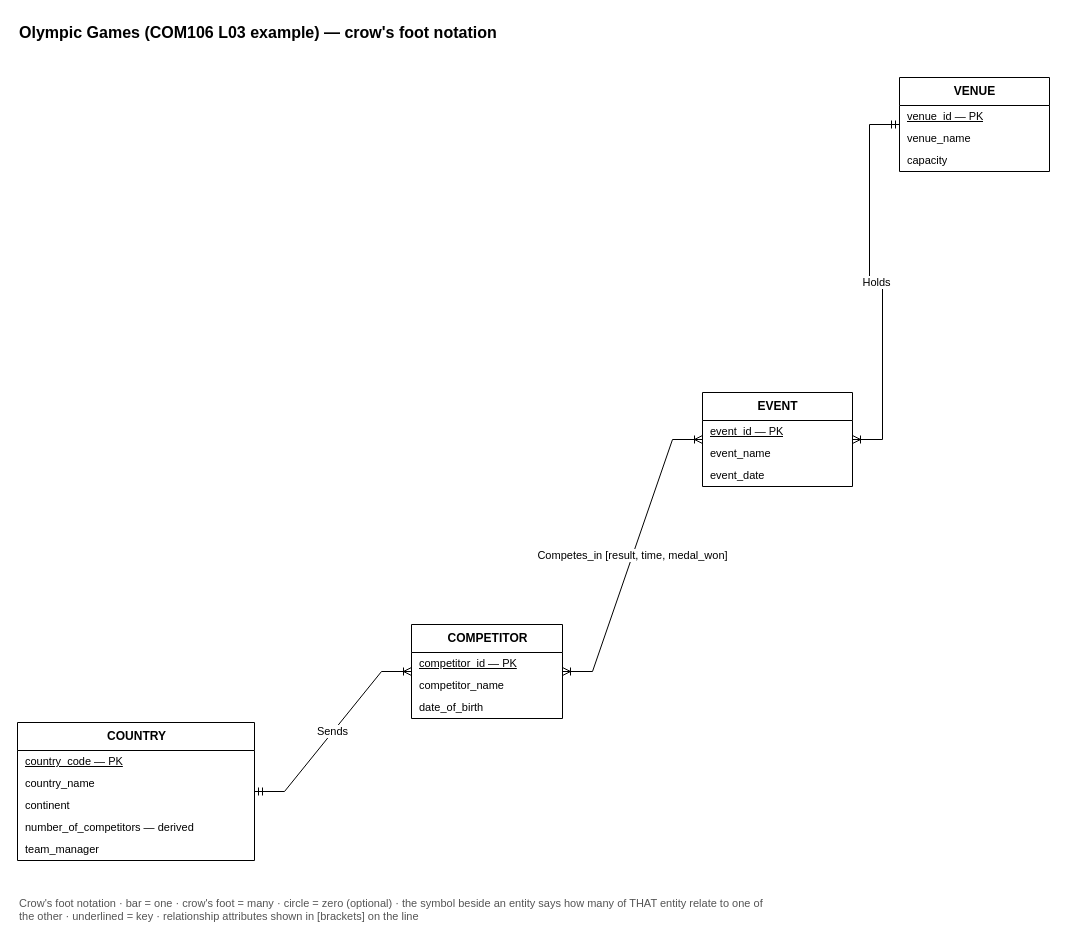
pearsekeenan23/drawio-skill keeps this draw.io diagram as skills/drawio-skill/examples/erd-chen/olympics-crowsfoot.drawio. Above is the earlier version. Source tidied: cells renumbered, new cells numbered last; positions are measured from the earlier drawing's top-left corner, leaving out a move shared by most shapes. Both pictures are drawn from the tidied source at 100%, with x=0, y=0 at pixel (17, 17).
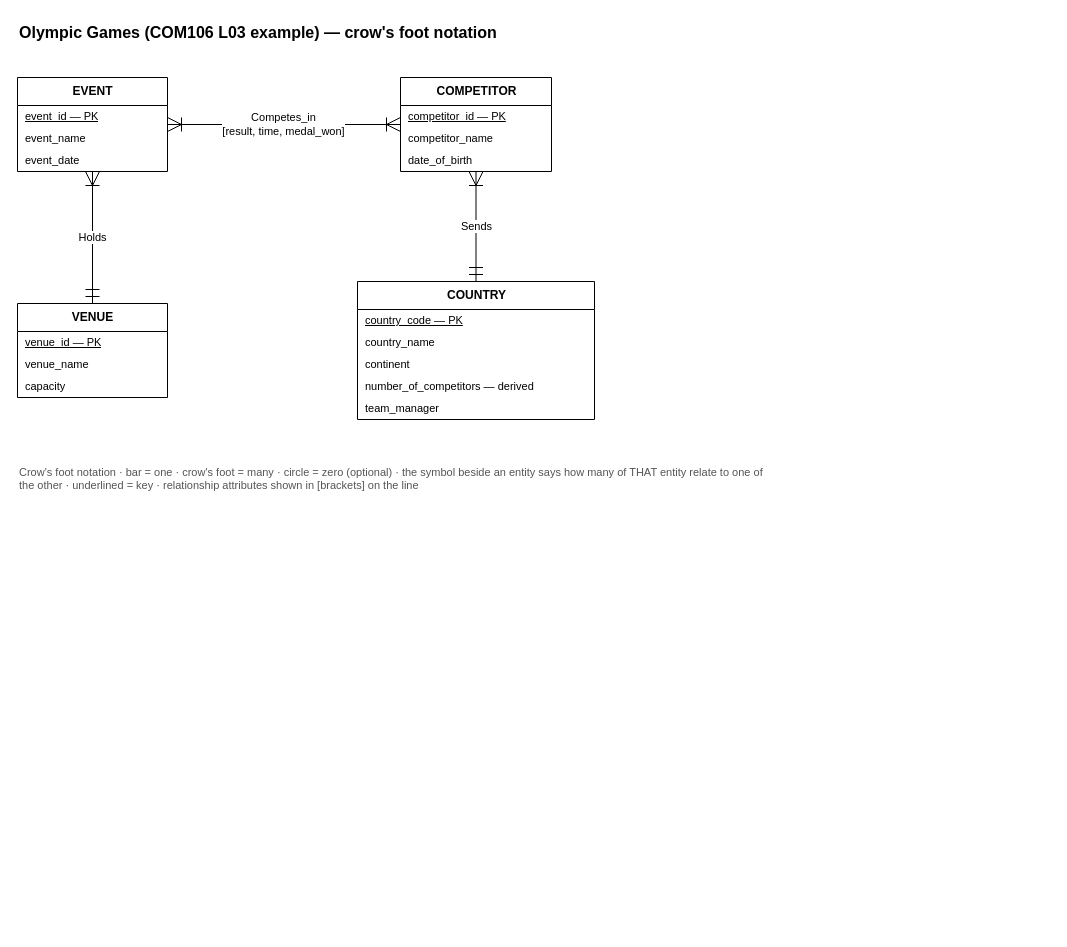
The same diagram, later.

The edit, as a diff of the source:
```diff
@@
     <mxCell id="2" value="Olympic Games (COM106 L03 example) — crow's foot notation" style="text;html=1;fontSize=16;fontStyle=1;align=left;verticalAlign=middle;" parent="1" vertex="1">
-      <mxGeometry width="600" height="30" as="geometry" />
+      <mxGeometry width="700" height="30" as="geometry" />
     </mxCell>
     <mxCell id="3" value="COUNTRY" style="swimlane;fontStyle=1;horizontal=1;startSize=28;html=1;fillColor=#ffffff;strokeColor=#000000;" parent="1" vertex="1">
-      <mxGeometry y="705" width="237" height="138" as="geometry" />
+      <mxGeometry x="340" y="264" width="237" height="138" as="geometry" />
     </mxCell>
@@
     <mxCell id="9" value="COMPETITOR" style="swimlane;fontStyle=1;horizontal=1;startSize=28;html=1;fillColor=#ffffff;strokeColor=#000000;" parent="1" vertex="1">
-      <mxGeometry x="394" y="607" width="151" height="94" as="geometry" />
+      <mxGeometry x="383" y="60" width="151" height="94" as="geometry" />
     </mxCell>
@@
     <mxCell id="13" value="EVENT" style="swimlane;fontStyle=1;horizontal=1;startSize=28;html=1;fillColor=#ffffff;strokeColor=#000000;" parent="1" vertex="1">
-      <mxGeometry x="685" y="375" width="150" height="94" as="geometry" />
+      <mxGeometry y="60" width="150" height="94" as="geometry" />
     </mxCell>
@@
     <mxCell id="17" value="VENUE" style="swimlane;fontStyle=1;horizontal=1;startSize=28;html=1;fillColor=#ffffff;strokeColor=#000000;" parent="1" vertex="1">
-      <mxGeometry x="882" y="60" width="150" height="94" as="geometry" />
+      <mxGeometry y="286" width="150" height="94" as="geometry" />
     </mxCell>
@@
-    <mxCell id="21" value="Sends" style="edgeStyle=entityRelationEdgeStyle;html=1;rounded=0;fontSize=11;labelBackgroundColor=#ffffff;strokeColor=#000000;startArrow=ERmandOne;startFill=0;endArrow=ERoneToMany;endFill=0;" parent="1" edge="1" source="3" target="9">
+    <mxCell id="21" value="Sends" style="html=1;rounded=0;fontSize=11;labelBackgroundColor=#ffffff;endSize=12;startSize=12;strokeColor=#000000;startArrow=ERmandOne;startFill=0;endArrow=ERoneToMany;endFill=0;" parent="1" edge="1" source="3" target="9">
       <mxGeometry relative="1" as="geometry" />
     </mxCell>
-    <mxCell id="22" value="Competes_in  [result, time, medal_won]" style="edgeStyle=entityRelationEdgeStyle;html=1;rounded=0;fontSize=11;labelBackgroundColor=#ffffff;strokeColor=#000000;startArrow=ERoneToMany;startFill=0;endArrow=ERoneToMany;endFill=0;" parent="1" edge="1" source="9" target="13">
+    <mxCell id="22" value="Competes_in&lt;br&gt;[result, time, medal_won]" style="html=1;rounded=0;fontSize=11;labelBackgroundColor=#ffffff;endSize=12;startSize=12;strokeColor=#000000;startArrow=ERoneToMany;startFill=0;endArrow=ERoneToMany;endFill=0;" parent="1" edge="1" source="9" target="13">
       <mxGeometry relative="1" as="geometry" />
     </mxCell>
-    <mxCell id="23" value="Holds" style="edgeStyle=entityRelationEdgeStyle;html=1;rounded=0;fontSize=11;labelBackgroundColor=#ffffff;strokeColor=#000000;startArrow=ERmandOne;startFill=0;endArrow=ERoneToMany;endFill=0;" parent="1" edge="1" source="17" target="13">
+    <mxCell id="23" value="Holds" style="html=1;rounded=0;fontSize=11;labelBackgroundColor=#ffffff;endSize=12;startSize=12;strokeColor=#000000;startArrow=ERmandOne;startFill=0;endArrow=ERoneToMany;endFill=0;" parent="1" edge="1" source="17" target="13">
       <mxGeometry relative="1" as="geometry" />
     </mxCell>
     <mxCell id="24" value="Crow's foot notation · bar = one · crow's foot = many · circle = zero (optional) · the symbol beside an entity says how many of THAT entity relate to one of the other · underlined = key · relationship attributes shown in [brackets] on the line" style="text;html=1;fontSize=11;align=left;verticalAlign=top;fontColor=#555555;whiteSpace=wrap;" parent="1" vertex="1">
-      <mxGeometry y="873" width="760" height="40" as="geometry" />
+      <mxGeometry y="442" width="760" height="40" as="geometry" />
     </mxCell>
```
